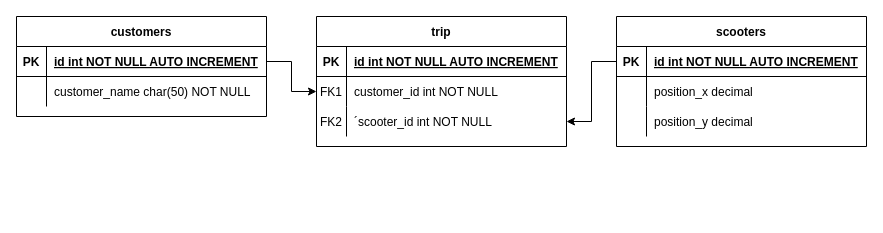
Before: er-diagram.drawio in best-scooter/sds, a draw.io diagram. Source tidied: cells renumbered, new cells numbered last; positions are measured from the earlier drawing's top-left corner, leaving out a move shared by most shapes. Both pictures are drawn from the tidied source at 100%, with x=0, y=0 at pixel (16, 16).
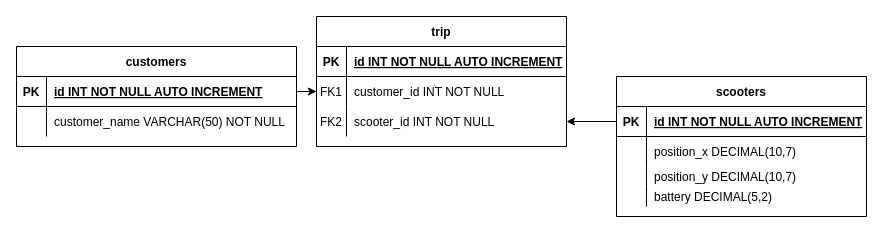
Above is the later version.

The change refers to these unchanged cells:
```xml
<mxCell id="3" style="shape=partialRectangle;fillColor=none;points=[[0,0.5],[1,0.5]];portConstraint=eastwest;top=0;left=0;right=0;bottom=1;" parent="2" vertex="1">
  <mxGeometry y="30" width="250" height="30" as="geometry" />
</mxCell>
<mxCell id="6" style="shape=partialRectangle;fillColor=none;top=0;left=0;right=0;bottom=0;" parent="2" vertex="1">
  <mxGeometry y="60" width="250" height="30" as="geometry" />
</mxCell>
<mxCell id="13" style="shape=partialRectangle;fillColor=none;top=0;left=0;right=0;bottom=1;" parent="12" vertex="1">
  <mxGeometry y="30" width="250" height="30" as="geometry" />
</mxCell>
<mxCell id="16" style="shape=partialRectangle;fillColor=none;points=[[0,0.5],[1,0.5]];portConstraint=eastwest;top=0;left=0;right=0;bottom=0;" parent="12" vertex="1">
  <mxGeometry y="60" width="250" height="30" as="geometry" />
</mxCell>
<mxCell id="19" style="shape=partialRectangle;fillColor=none;points=[[0,0.5],[1,0.5]];portConstraint=eastwest;top=0;left=0;right=0;bottom=0;" parent="12" vertex="1">
  <mxGeometry y="90" width="250" height="30" as="geometry" />
</mxCell>
```

What changed in the source:
```diff
@@
     <mxCell id="2" value="scooters" style="shape=table;startSize=30;childLayout=tableLayout;rowLines=0;fontStyle=1;align=center;" parent="1" vertex="1">
-      <mxGeometry x="600" width="250" height="130" as="geometry" />
+      <mxGeometry x="600" y="60" width="250" height="140" as="geometry" />
     </mxCell>
@@
-    <mxCell id="5" value="id int NOT NULL AUTO INCREMENT" style="shape=partialRectangle;overflow=hidden;fillColor=none;top=0;left=0;bottom=0;right=0;align=left;spacingLeft=6;fontStyle=5;" parent="3" vertex="1">
+    <mxCell id="5" value="id INT NOT NULL AUTO INCREMENT" style="shape=partialRectangle;overflow=hidden;fillColor=none;top=0;left=0;bottom=0;right=0;align=left;spacingLeft=6;fontStyle=5;" parent="3" vertex="1">
       <mxGeometry x="30" width="220" height="30" as="geometry" />
     </mxCell>
@@
-    <mxCell id="8" value="position_x decimal" style="shape=partialRectangle;overflow=hidden;fillColor=none;top=0;left=0;bottom=0;right=0;align=left;spacingLeft=6;" parent="6" vertex="1">
+    <mxCell id="8" value="position_x DECIMAL(10,7)" style="shape=partialRectangle;overflow=hidden;fillColor=none;top=0;left=0;bottom=0;right=0;align=left;spacingLeft=6;" parent="6" vertex="1">
       <mxGeometry x="30" width="220" height="30" as="geometry" />
     </mxCell>
     <mxCell id="9" style="shape=partialRectangle;fillColor=none;top=0;left=0;right=0;bottom=0;" parent="2" vertex="1">
-      <mxGeometry y="90" width="250" height="30" as="geometry" />
+      <mxGeometry y="90" width="250" height="20" as="geometry" />
     </mxCell>
     <mxCell id="10" style="shape=partialRectangle;overflow=hidden;fillColor=none;top=0;left=0;bottom=0;right=0;" parent="9" vertex="1">
-      <mxGeometry width="30" height="30" as="geometry" />
+      <mxGeometry width="30" height="20" as="geometry" />
     </mxCell>
-    <mxCell id="11" value="position_y decimal" style="shape=partialRectangle;overflow=hidden;fillColor=none;top=0;left=0;bottom=0;right=0;align=left;spacingLeft=6;" parent="9" vertex="1">
-      <mxGeometry x="30" width="220" height="30" as="geometry" />
+    <mxCell id="11" value="position_y DECIMAL(10,7)" style="shape=partialRectangle;overflow=hidden;fillColor=none;top=0;left=0;bottom=0;right=0;align=left;spacingLeft=6;" parent="9" vertex="1">
+      <mxGeometry x="30" width="220" height="20" as="geometry" />
     </mxCell>
+    <mxCell id="31" style="shape=partialRectangle;fillColor=none;top=0;left=0;right=0;bottom=0;" parent="2" vertex="1">
+      <mxGeometry y="110" width="250" height="20" as="geometry" />
+    </mxCell>
+    <mxCell id="32" style="shape=partialRectangle;overflow=hidden;fillColor=none;top=0;left=0;bottom=0;right=0;" parent="31" vertex="1">
+      <mxGeometry width="30" height="20" as="geometry" />
+    </mxCell>
+    <mxCell id="33" value="battery DECIMAL(5,2)" style="shape=partialRectangle;overflow=hidden;fillColor=none;top=0;left=0;bottom=0;right=0;align=left;spacingLeft=6;" parent="31" vertex="1">
+      <mxGeometry x="30" width="220" height="20" as="geometry" />
+    </mxCell>
@@
-    <mxCell id="15" value="id int NOT NULL AUTO INCREMENT" style="shape=partialRectangle;overflow=hidden;fillColor=none;top=0;left=0;bottom=0;right=0;align=left;spacingLeft=6;fontStyle=5;" parent="13" vertex="1">
+    <mxCell id="15" value="id INT NOT NULL AUTO INCREMENT" style="shape=partialRectangle;overflow=hidden;fillColor=none;top=0;left=0;bottom=0;right=0;align=left;spacingLeft=6;fontStyle=5;" parent="13" vertex="1">
       <mxGeometry x="30" width="220" height="30" as="geometry" />
     </mxCell>
@@
-    <mxCell id="18" value="customer_id int NOT NULL" style="shape=partialRectangle;overflow=hidden;fillColor=none;top=0;left=0;bottom=0;right=0;align=left;spacingLeft=6;" parent="16" vertex="1">
+    <mxCell id="18" value="customer_id INT NOT NULL" style="shape=partialRectangle;overflow=hidden;fillColor=none;top=0;left=0;bottom=0;right=0;align=left;spacingLeft=6;" parent="16" vertex="1">
       <mxGeometry x="30" width="220" height="30" as="geometry" />
     </mxCell>
@@
-    <mxCell id="21" value="´scooter_id int NOT NULL" style="shape=partialRectangle;overflow=hidden;fillColor=none;top=0;left=0;bottom=0;right=0;align=left;spacingLeft=6;" parent="19" vertex="1">
+    <mxCell id="21" value="scooter_id INT NOT NULL" style="shape=partialRectangle;overflow=hidden;fillColor=none;top=0;left=0;bottom=0;right=0;align=left;spacingLeft=6;" parent="19" vertex="1">
       <mxGeometry x="30" width="220" height="30" as="geometry" />
     </mxCell>
     <mxCell id="22" value="customers" style="shape=table;startSize=30;childLayout=tableLayout;rowLines=0;fontStyle=1;align=center;" parent="1" vertex="1">
-      <mxGeometry width="250" height="100" as="geometry" />
+      <mxGeometry y="30" width="280" height="100" as="geometry" />
     </mxCell>
     <mxCell id="23" style="shape=partialRectangle;fillColor=none;points=[[0,0.5],[1,0.5]];portConstraint=eastwest;top=0;left=0;right=0;bottom=1;" parent="22" vertex="1">
-      <mxGeometry y="30" width="250" height="30" as="geometry" />
+      <mxGeometry y="30" width="280" height="30" as="geometry" />
     </mxCell>
@@
-    <mxCell id="25" value="id int NOT NULL AUTO INCREMENT" style="shape=partialRectangle;overflow=hidden;fillColor=none;top=0;left=0;bottom=0;right=0;align=left;spacingLeft=6;fontStyle=5;" parent="23" vertex="1">
-      <mxGeometry x="30" width="220" height="30" as="geometry" />
+    <mxCell id="25" value="id INT NOT NULL AUTO INCREMENT" style="shape=partialRectangle;overflow=hidden;fillColor=none;top=0;left=0;bottom=0;right=0;align=left;spacingLeft=6;fontStyle=5;" parent="23" vertex="1">
+      <mxGeometry x="30" width="250" height="30" as="geometry" />
     </mxCell>
     <mxCell id="26" style="shape=partialRectangle;fillColor=none;top=0;left=0;right=0;bottom=0;" parent="22" vertex="1">
-      <mxGeometry y="60" width="250" height="30" as="geometry" />
+      <mxGeometry y="60" width="280" height="30" as="geometry" />
     </mxCell>
@@
-    <mxCell id="28" value="customer_name char(50) NOT NULL" style="shape=partialRectangle;overflow=hidden;fillColor=none;top=0;left=0;bottom=0;right=0;align=left;spacingLeft=6;" parent="26" vertex="1">
-      <mxGeometry x="30" width="220" height="30" as="geometry" />
+    <mxCell id="28" value="customer_name VARCHAR(50) NOT NULL" style="shape=partialRectangle;overflow=hidden;fillColor=none;top=0;left=0;bottom=0;right=0;align=left;spacingLeft=6;" parent="26" vertex="1">
+      <mxGeometry x="30" width="250" height="30" as="geometry" />
     </mxCell>
```
